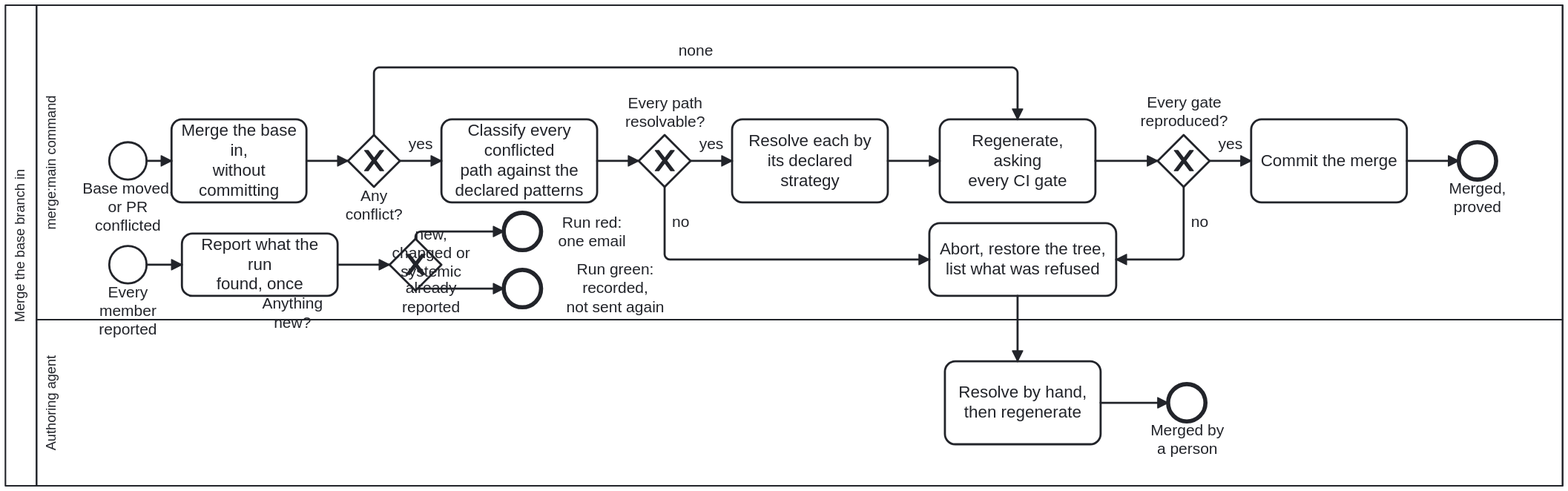
Above: docs/assets/img/workflows/merge-base.svg in litlfred/cat-harness (BPMN), before the change. Its source is kept beside it as processes/sdlc/merge-base.bpmn. Ids are renumbered.
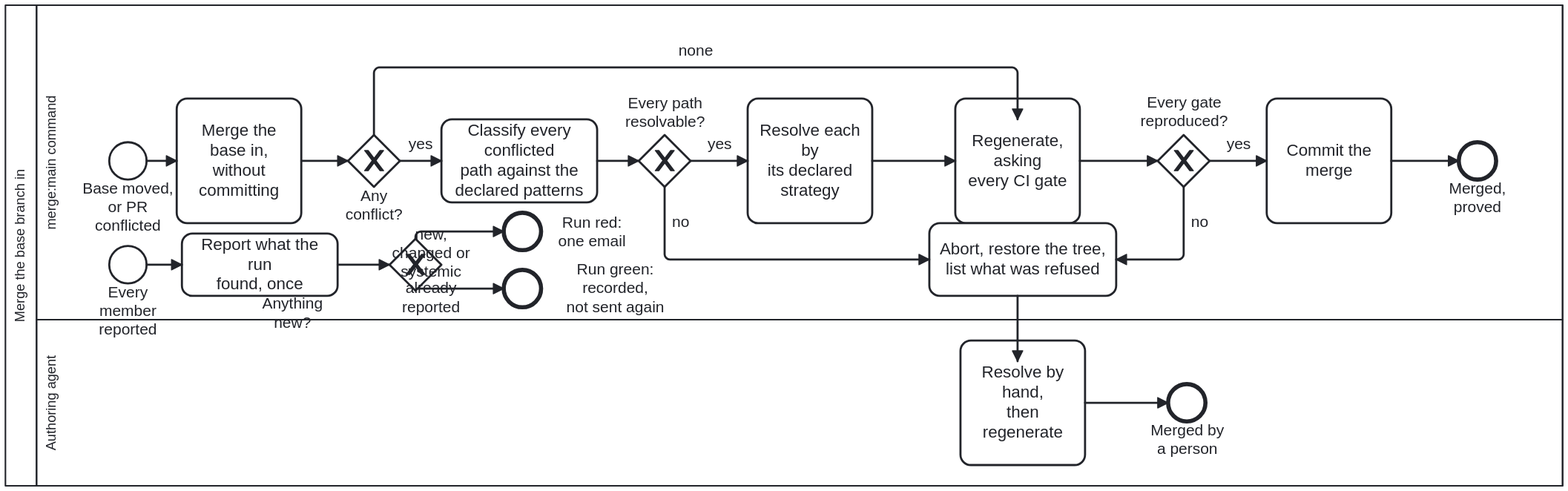
The same file after the commit.

What changed in the source:
```diff
@@ -174,59 +174,76 @@
         <dc:Bounds x="30" y="303" width="1470" height="160" />
       </bpmndi:BPMNShape>
       <bpmndi:BPMNShape id="Shape_Start_Merge" bpmnElement="Start_Merge"><dc:Bounds x="100" y="132" width="36" height="36" /></bpmndi:BPMNShape>
-      <bpmndi:BPMNShape id="Shape_Task_Merge" bpmnElement="Task_Merge"><dc:Bounds x="160" y="110" width="130" height="80" /></bpmndi:BPMNShape>
+      <bpmndi:BPMNShape id="Shape_Task_Merge" bpmnElement="Task_Merge"><dc:Bounds x="165" y="90" width="120" height="120" /></bpmndi:BPMNShape>
       <bpmndi:BPMNShape id="Shape_GW_Conflicts" bpmnElement="GW_Conflicts" isMarkerVisible="true"><dc:Bounds x="330" y="125" width="50" height="50" /></bpmndi:BPMNShape>
       <bpmndi:BPMNShape id="Shape_Task_Classify" bpmnElement="Task_Classify"><dc:Bounds x="420" y="110" width="150" height="80" /></bpmndi:BPMNShape>
       <bpmndi:BPMNShape id="Shape_GW_AllDeclared" bpmnElement="GW_AllDeclared" isMarkerVisible="true"><dc:Bounds x="610" y="125" width="50" height="50" />
-        <bpmndi:BPMNLabel><dc:Bounds x="590" y="86" width="90" height="35" /></bpmndi:BPMNLabel>
-      </bpmndi:BPMNShape>
-      <bpmndi:BPMNShape id="Shape_Task_Resolve" bpmnElement="Task_Resolve"><dc:Bounds x="700" y="110" width="150" height="80" /></bpmndi:BPMNShape>
-      <bpmndi:BPMNShape id="Shape_Task_Regen" bpmnElement="Task_Regen"><dc:Bounds x="900" y="110" width="150" height="80" /></bpmndi:BPMNShape>
+
+      <bpmndi:BPMNLabel><dc:Bounds x="590" y="86" width="90" height="35" /></bpmndi:BPMNLabel></bpmndi:BPMNShape>
+      <bpmndi:BPMNShape id="Shape_Task_Resolve" bpmnElement="Task_Resolve"><dc:Bounds x="715" y="90" width="120" height="120" /></bpmndi:BPMNShape>
+      <bpmndi:BPMNShape id="Shape_Task_Regen" bpmnElement="Task_Regen"><dc:Bounds x="915" y="90" width="120" height="120" /></bpmndi:BPMNShape>
       <bpmndi:BPMNShape id="Shape_GW_Proved" bpmnElement="GW_Proved" isMarkerVisible="true"><dc:Bounds x="1110" y="125" width="50" height="50" />
-        <bpmndi:BPMNLabel><dc:Bounds x="1090" y="85" width="90" height="36" /></bpmndi:BPMNLabel>
-      </bpmndi:BPMNShape>
-      <bpmndi:BPMNShape id="Shape_Task_Commit" bpmnElement="Task_Commit"><dc:Bounds x="1200" y="110" width="150" height="80" /></bpmndi:BPMNShape>
+
+      <bpmndi:BPMNLabel><dc:Bounds x="1090" y="85" width="90" height="36" /></bpmndi:BPMNLabel></bpmndi:BPMNShape>
+      <bpmndi:BPMNShape id="Shape_Task_Commit" bpmnElement="Task_Commit"><dc:Bounds x="1215" y="90" width="120" height="120" /></bpmndi:BPMNShape>
       <bpmndi:BPMNShape id="Shape_End_Merged" bpmnElement="End_Merged"><dc:Bounds x="1400" y="132" width="36" height="36" /></bpmndi:BPMNShape>
       <bpmndi:BPMNShape id="Shape_Task_Abort" bpmnElement="Task_Abort"><dc:Bounds x="890" y="210" width="180" height="70" /></bpmndi:BPMNShape>
-      <bpmndi:BPMNShape id="Shape_Task_ByHand" bpmnElement="Task_ByHand"><dc:Bounds x="905" y="343" width="150" height="80" /></bpmndi:BPMNShape>
+      <bpmndi:BPMNShape id="Shape_Task_ByHand" bpmnElement="Task_ByHand"><dc:Bounds x="920" y="323" width="120" height="120" /></bpmndi:BPMNShape>
       <bpmndi:BPMNShape id="Shape_End_ByHand" bpmnElement="End_ByHand"><dc:Bounds x="1120" y="365" width="36" height="36" /></bpmndi:BPMNShape>
       <bpmndi:BPMNShape id="Shape_Start_Report" bpmnElement="Start_Report"><dc:Bounds x="100" y="232" width="36" height="36" /></bpmndi:BPMNShape>
       <bpmndi:BPMNShape id="Shape_Task_Report" bpmnElement="Task_Report"><dc:Bounds x="170" y="220" width="150" height="60" /></bpmndi:BPMNShape>
       <bpmndi:BPMNShape id="Shape_GW_News" bpmnElement="GW_News" isMarkerVisible="true"><dc:Bounds x="370" y="225" width="50" height="50" />
-        <bpmndi:BPMNLabel><dc:Bounds x="186" y="279" width="180" height="18" /></bpmndi:BPMNLabel>
-      </bpmndi:BPMNShape>
+
+      <bpmndi:BPMNLabel><dc:Bounds x="186" y="279" width="180" height="18" /></bpmndi:BPMNLabel></bpmndi:BPMNShape>
       <!-- x=480, not 620: `m7` runs VERTICALLY down x=635 from GW_AllDeclared
            to the abort row at y=245, and an end event at 620-656 would have
            had that edge drawn through it. -->
       <bpmndi:BPMNShape id="Shape_End_Notified" bpmnElement="End_Notified"><dc:Bounds x="480" y="200" width="36" height="36" />
-        <bpmndi:BPMNLabel><dc:Bounds x="520" y="200.5" width="90" height="35" /></bpmndi:BPMNLabel>
-      </bpmndi:BPMNShape>
+
+      <bpmndi:BPMNLabel><dc:Bounds x="520" y="200.5" width="90" height="35" /></bpmndi:BPMNLabel></bpmndi:BPMNShape>
       <bpmndi:BPMNShape id="Shape_End_Recorded" bpmnElement="End_Recorded"><dc:Bounds x="480" y="255" width="36" height="36" />
-        <bpmndi:BPMNLabel><dc:Bounds x="520" y="246" width="135" height="54" /></bpmndi:BPMNLabel>
-      </bpmndi:BPMNShape>
+
+      <bpmndi:BPMNLabel><dc:Bounds x="520" y="246" width="135" height="54" /></bpmndi:BPMNLabel></bpmndi:BPMNShape>
       <bpmndi:BPMNEdge id="Edge_m15" bpmnElement="m15"><di:waypoint x="136" y="250"/><di:waypoint x="170" y="250"/></bpmndi:BPMNEdge>
       <bpmndi:BPMNEdge id="Edge_m16" bpmnElement="m16"><di:waypoint x="320" y="250"/><di:waypoint x="370" y="250"/></bpmndi:BPMNEdge>
       <bpmndi:BPMNEdge id="Edge_m17" bpmnElement="m17"><di:waypoint x="395" y="225"/><di:waypoint x="395" y="218"/><di:waypoint x="480" y="218"/></bpmndi:BPMNEdge>
       <bpmndi:BPMNEdge id="Edge_m18" bpmnElement="m18"><di:waypoint x="395" y="275"/><di:waypoint x="395" y="273"/><di:waypoint x="480" y="273"/></bpmndi:BPMNEdge>
-      <bpmndi:BPMNEdge id="Edge_m1" bpmnElement="m1"><di:waypoint x="136" y="150"/><di:waypoint x="160" y="150"/></bpmndi:BPMNEdge>
-      <bpmndi:BPMNEdge id="Edge_m2" bpmnElement="m2"><di:waypoint x="290" y="150"/><di:waypoint x="330" y="150"/></bpmndi:BPMNEdge>
-      <bpmndi:BPMNEdge id="Edge_m3" bpmnElement="m3"><di:waypoint x="355" y="125"/><di:waypoint x="355" y="60"/><di:waypoint x="975" y="60"/><di:waypoint x="975" y="110"/></bpmndi:BPMNEdge>
+      <bpmndi:BPMNEdge id="Edge_m1" bpmnElement="m1">
+        <di:waypoint x="136" y="150" />
+        <di:waypoint x="165" y="150" />
+      </bpmndi:BPMNEdge>
+      <bpmndi:BPMNEdge id="Edge_m2" bpmnElement="m2">
+        <di:waypoint x="285" y="150" />
+        <di:waypoint x="330" y="150" />
+      </bpmndi:BPMNEdge>
+      <bpmndi:BPMNEdge id="Edge_m3" bpmnElement="m3">
+        <di:waypoint x="355" y="125" />
+        <di:waypoint x="355" y="60" />
+        <di:waypoint x="975" y="60" />
+        <di:waypoint x="975" y="110" />
+      </bpmndi:BPMNEdge>
       <bpmndi:BPMNEdge id="Edge_m4" bpmnElement="m4"><di:waypoint x="380" y="150"/><di:waypoint x="420" y="150"/></bpmndi:BPMNEdge>
       <bpmndi:BPMNEdge id="Edge_m5" bpmnElement="m5"><di:waypoint x="570" y="150"/><di:waypoint x="610" y="150"/></bpmndi:BPMNEdge>
-      <bpmndi:BPMNEdge id="Edge_m6" bpmnElement="m6"><di:waypoint x="660" y="150"/><di:waypoint x="700" y="150"/></bpmndi:BPMNEdge>
+      <bpmndi:BPMNEdge id="Edge_m6" bpmnElement="m6">
+        <di:waypoint x="660" y="150" />
+        <di:waypoint x="715" y="150" />
+      </bpmndi:BPMNEdge>
       <bpmndi:BPMNEdge id="Edge_m7" bpmnElement="m7">
         <di:waypoint x="635" y="175" />
         <di:waypoint x="635" y="245" />
         <di:waypoint x="890" y="245" />
       </bpmndi:BPMNEdge>
-      <bpmndi:BPMNEdge id="Edge_m8" bpmnElement="m8"><di:waypoint x="850" y="150"/><di:waypoint x="900" y="150"/></bpmndi:BPMNEdge>
+      <bpmndi:BPMNEdge id="Edge_m8" bpmnElement="m8">
+        <di:waypoint x="835" y="150" />
+        <di:waypoint x="915" y="150" />
+      </bpmndi:BPMNEdge>
       <bpmndi:BPMNEdge id="Edge_m9" bpmnElement="m9">
-        <di:waypoint x="1050" y="150" />
+        <di:waypoint x="1035" y="150" />
         <di:waypoint x="1110" y="150" />
       </bpmndi:BPMNEdge>
       <bpmndi:BPMNEdge id="Edge_m10" bpmnElement="m10">
         <di:waypoint x="1160" y="150" />
-        <di:waypoint x="1200" y="150" />
+        <di:waypoint x="1215" y="150" />
       </bpmndi:BPMNEdge>
       <bpmndi:BPMNEdge id="Edge_m11" bpmnElement="m11">
         <di:waypoint x="1135" y="175" />
@@ -234,7 +251,7 @@
         <di:waypoint x="1070" y="245" />
       </bpmndi:BPMNEdge>
       <bpmndi:BPMNEdge id="Edge_m12" bpmnElement="m12">
-        <di:waypoint x="1350" y="150" />
+        <di:waypoint x="1335" y="150" />
         <di:waypoint x="1400" y="150" />
       </bpmndi:BPMNEdge>
       <bpmndi:BPMNEdge id="Edge_m13" bpmnElement="m13">
@@ -242,7 +259,7 @@
         <di:waypoint x="975" y="343" />
       </bpmndi:BPMNEdge>
       <bpmndi:BPMNEdge id="Edge_m14" bpmnElement="m14">
-        <di:waypoint x="1055" y="383" />
+        <di:waypoint x="1040" y="383" />
         <di:waypoint x="1120" y="383" />
       </bpmndi:BPMNEdge>
     </bpmndi:BPMNPlane>
```
